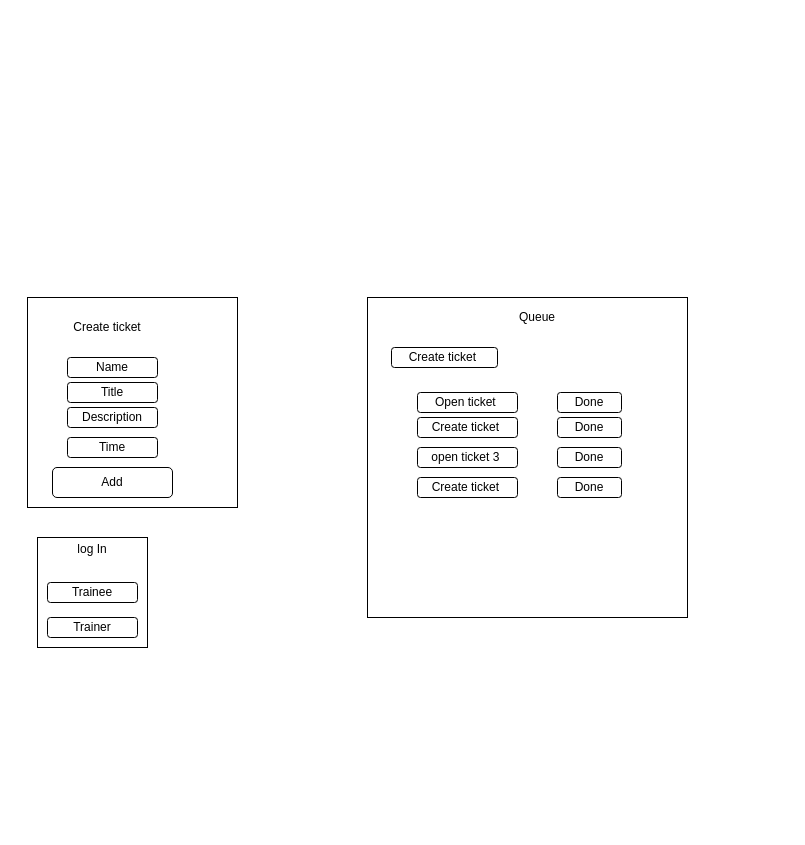
The draw.io diagram page "Website design" (2 of 4) of Final_project.drawio in jake4327/Final_Project, before the edit. Source tidied: cells renumbered, new cells numbered last; positions are measured from the earlier drawing's top-left corner, leaving out a move shared by most shapes. Both pictures are drawn from the tidied source at 100%, with x=0, y=0 at pixel (27, 297).
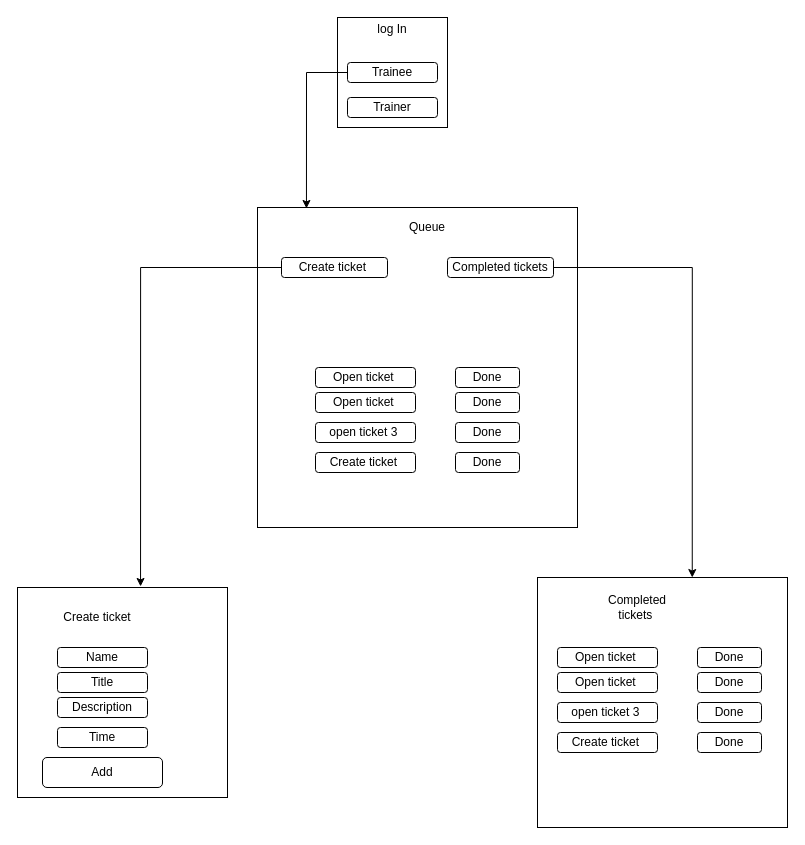
After the change.

The change refers to these unchanged cells:
```xml
<mxCell id="3" style="whiteSpace=wrap;html=1;" parent="2" vertex="1">
  <mxGeometry width="320" height="320" as="geometry" />
</mxCell>
<mxCell id="4" value="Create ticket&amp;nbsp;" style="rounded=1;whiteSpace=wrap;html=1;" parent="2" vertex="1">
  <mxGeometry x="24" y="50" width="106" height="20" as="geometry" />
</mxCell>
<mxCell id="15" style="whiteSpace=wrap;html=1;" parent="14" vertex="1">
  <mxGeometry width="210" height="210" as="geometry" />
</mxCell>
<mxCell id="24" value="Trainee" style="rounded=1;whiteSpace=wrap;html=1;" parent="22" vertex="1">
  <mxGeometry x="10" y="45" width="90" height="20" as="geometry" />
</mxCell>
```

Diff of the diagram source:
```diff
@@
     <mxCell id="2" style="group;" parent="1" vertex="1">
-      <mxGeometry x="340" width="320" height="320" as="geometry" />
+      <mxGeometry x="230" y="-90" width="320" height="320" as="geometry" />
     </mxCell>
@@
     <mxCell id="6" value="Open ticket&amp;nbsp;" style="rounded=1;whiteSpace=wrap;html=1;" parent="2" vertex="1">
-      <mxGeometry x="50" y="95" width="100" height="20" as="geometry" />
+      <mxGeometry x="58" y="160" width="100" height="20" as="geometry" />
     </mxCell>
-    <mxCell id="7" value="Create ticket&amp;nbsp;" style="rounded=1;whiteSpace=wrap;html=1;" parent="2" vertex="1">
-      <mxGeometry x="50" y="120" width="100" height="20" as="geometry" />
+    <mxCell id="7" value="Open ticket&amp;nbsp;" style="rounded=1;whiteSpace=wrap;html=1;" parent="2" vertex="1">
+      <mxGeometry x="58" y="185" width="100" height="20" as="geometry" />
     </mxCell>
     <mxCell id="8" value="open ticket 3&amp;nbsp;" style="rounded=1;whiteSpace=wrap;html=1;" parent="2" vertex="1">
-      <mxGeometry x="50" y="150" width="100" height="20" as="geometry" />
+      <mxGeometry x="58" y="215" width="100" height="20" as="geometry" />
     </mxCell>
     <mxCell id="9" value="Create ticket&amp;nbsp;" style="rounded=1;whiteSpace=wrap;html=1;" parent="2" vertex="1">
-      <mxGeometry x="50" y="180" width="100" height="20" as="geometry" />
+      <mxGeometry x="58" y="245" width="100" height="20" as="geometry" />
     </mxCell>
     <mxCell id="10" value="Done" style="rounded=1;whiteSpace=wrap;html=1;" parent="2" vertex="1">
-      <mxGeometry x="190" y="95" width="64" height="20" as="geometry" />
+      <mxGeometry x="198" y="160" width="64" height="20" as="geometry" />
     </mxCell>
     <mxCell id="11" value="Done" style="rounded=1;whiteSpace=wrap;html=1;" parent="2" vertex="1">
-      <mxGeometry x="190" y="120" width="64" height="20" as="geometry" />
+      <mxGeometry x="198" y="185" width="64" height="20" as="geometry" />
     </mxCell>
     <mxCell id="12" value="Done" style="rounded=1;whiteSpace=wrap;html=1;" parent="2" vertex="1">
-      <mxGeometry x="190" y="150" width="64" height="20" as="geometry" />
+      <mxGeometry x="198" y="215" width="64" height="20" as="geometry" />
     </mxCell>
     <mxCell id="13" value="Done" style="rounded=1;whiteSpace=wrap;html=1;" parent="2" vertex="1">
-      <mxGeometry x="190" y="180" width="64" height="20" as="geometry" />
+      <mxGeometry x="198" y="245" width="64" height="20" as="geometry" />
     </mxCell>
+    <mxCell id="26" value="Completed tickets" style="rounded=1;whiteSpace=wrap;html=1;" parent="2" vertex="1">
+      <mxGeometry x="190" y="50" width="106" height="20" as="geometry" />
+    </mxCell>
     <mxCell id="14" style="group;" parent="1" vertex="1">
-      <mxGeometry width="210" height="210" as="geometry" />
+      <mxGeometry x="-10" y="290" width="210" height="210" as="geometry" />
     </mxCell>
@@
     <mxCell id="22" style="group;" parent="1" vertex="1">
-      <mxGeometry x="10" y="240" width="110" height="110" as="geometry" />
+      <mxGeometry x="310" y="-280" width="110" height="110" as="geometry" />
     </mxCell>
@@
+    <mxCell id="27" style="edgeStyle=orthogonalEdgeStyle;rounded=0;jettySize=auto;html=1;entryX=0.586;entryY=-0.005;entryDx=0;entryDy=0;entryPerimeter=0;" parent="1" edge="1" source="4" target="15">
+      <mxGeometry relative="1" as="geometry" />
+    </mxCell>
+    <mxCell id="28" style="group;" parent="1" vertex="1">
+      <mxGeometry x="530" y="280" width="230" height="250" as="geometry" />
+    </mxCell>
+    <mxCell id="29" style="whiteSpace=wrap;html=1;" parent="28" vertex="1">
+      <mxGeometry x="-20" width="250" height="250" as="geometry" />
+    </mxCell>
+    <mxCell id="30" value="Completed tickets&amp;nbsp;" style="text;html=1;strokeColor=none;fillColor=none;align=center;verticalAlign=middle;whiteSpace=wrap;rounded=0;" parent="28" vertex="1">
+      <mxGeometry x="40" y="10" width="80" height="40" as="geometry" />
+    </mxCell>
+    <mxCell id="31" value="Open ticket&amp;nbsp;" style="rounded=1;whiteSpace=wrap;html=1;" parent="28" vertex="1">
+      <mxGeometry y="70" width="100" height="20" as="geometry" />
+    </mxCell>
+    <mxCell id="32" value="Open ticket&amp;nbsp;" style="rounded=1;whiteSpace=wrap;html=1;" parent="28" vertex="1">
+      <mxGeometry y="95" width="100" height="20" as="geometry" />
+    </mxCell>
+    <mxCell id="33" value="open ticket 3&amp;nbsp;" style="rounded=1;whiteSpace=wrap;html=1;" parent="28" vertex="1">
+      <mxGeometry y="125" width="100" height="20" as="geometry" />
+    </mxCell>
+    <mxCell id="34" value="Create ticket&amp;nbsp;" style="rounded=1;whiteSpace=wrap;html=1;" parent="28" vertex="1">
+      <mxGeometry y="155" width="100" height="20" as="geometry" />
+    </mxCell>
+    <mxCell id="35" value="Done" style="rounded=1;whiteSpace=wrap;html=1;" parent="28" vertex="1">
+      <mxGeometry x="140" y="70" width="64" height="20" as="geometry" />
+    </mxCell>
+    <mxCell id="36" value="Done" style="rounded=1;whiteSpace=wrap;html=1;" parent="28" vertex="1">
+      <mxGeometry x="140" y="95" width="64" height="20" as="geometry" />
+    </mxCell>
+    <mxCell id="37" value="Done" style="rounded=1;whiteSpace=wrap;html=1;" parent="28" vertex="1">
+      <mxGeometry x="140" y="125" width="64" height="20" as="geometry" />
+    </mxCell>
+    <mxCell id="38" value="Done" style="rounded=1;whiteSpace=wrap;html=1;" parent="28" vertex="1">
+      <mxGeometry x="140" y="155" width="64" height="20" as="geometry" />
+    </mxCell>
+    <mxCell id="39" style="edgeStyle=orthogonalEdgeStyle;rounded=0;jettySize=auto;html=1;entryX=0.619;entryY=0;entryDx=0;entryDy=0;entryPerimeter=0;" parent="1" edge="1" source="26" target="29">
+      <mxGeometry relative="1" as="geometry">
+        <Array as="points">
+          <mxPoint x="665" y="-30" />
+        </Array>
+      </mxGeometry>
+    </mxCell>
+    <mxCell id="40" style="edgeStyle=orthogonalEdgeStyle;rounded=0;jettySize=auto;html=1;entryX=0.153;entryY=0.003;entryDx=0;entryDy=0;entryPerimeter=0;" parent="1" edge="1" source="24" target="3">
+      <mxGeometry relative="1" as="geometry">
+        <Array as="points">
+          <mxPoint x="279" y="-225" />
+        </Array>
+      </mxGeometry>
+    </mxCell>
```
